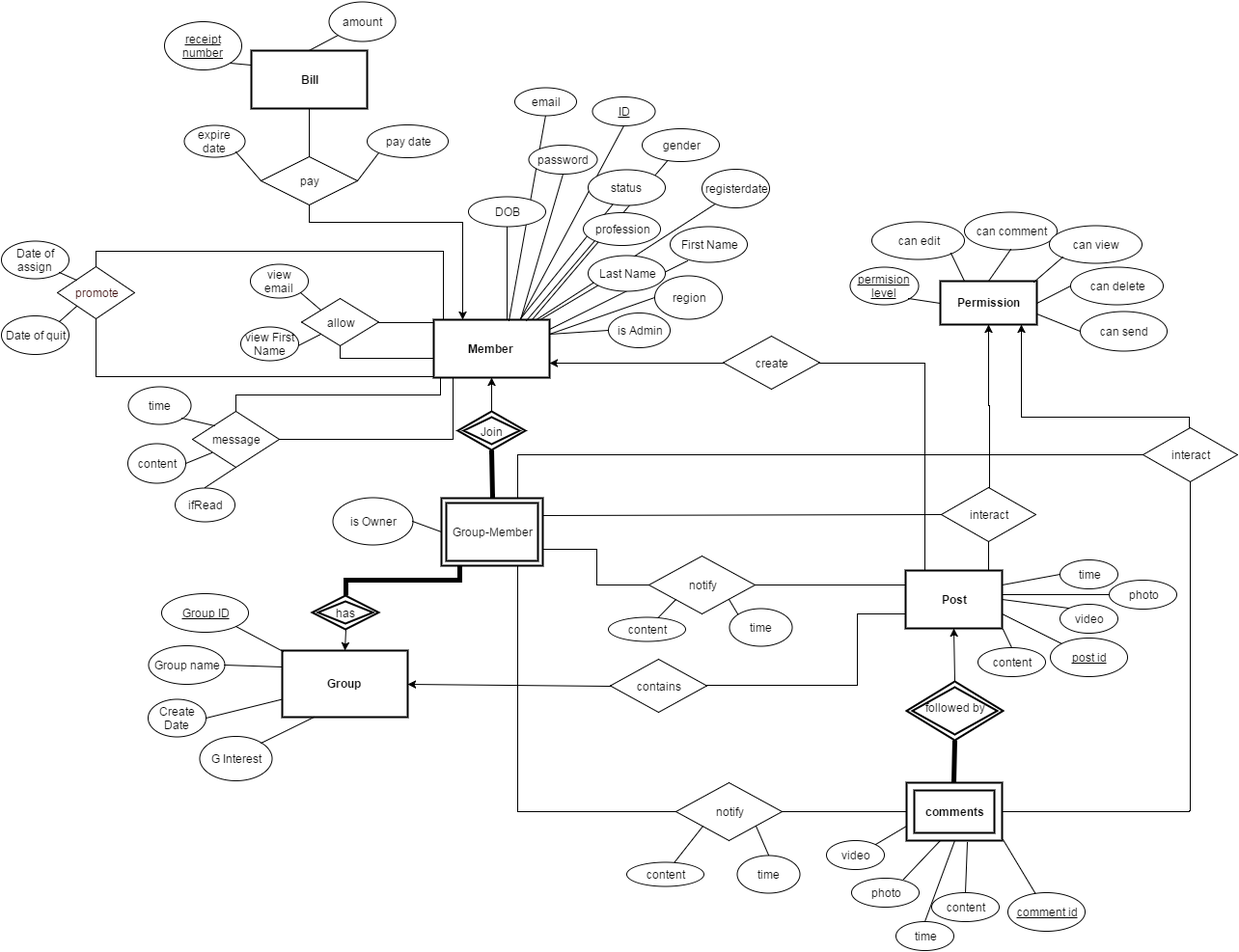
Before: POWON ER Diagram (refined).png, a diagram exported from draw.io (5531DB-Group6/DataBaseDemo1). Source tidied: cells renumbered, new cells last; positions are measured from the earlier drawing's top-left corner, leaving out a move shared by most shapes.
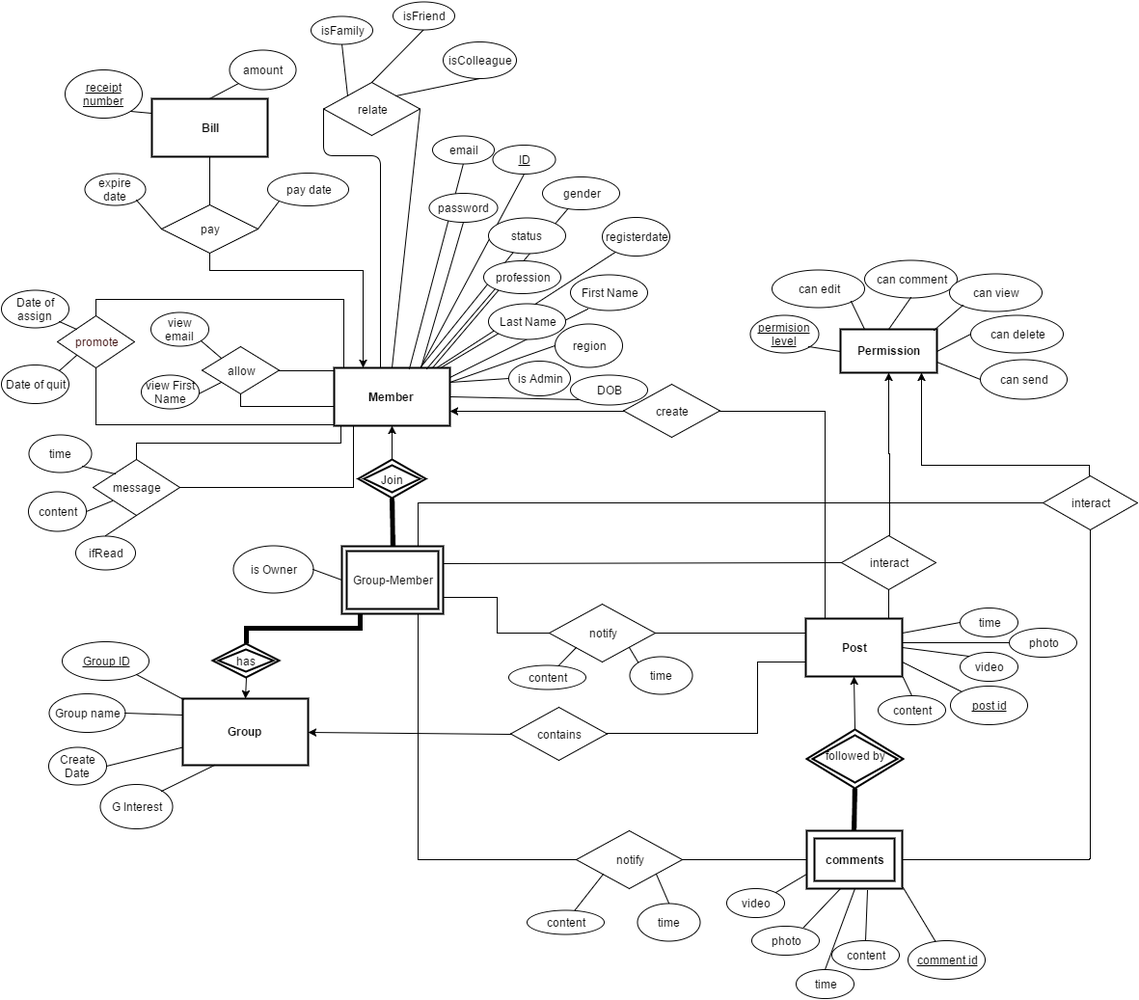
Above is the later version.

Change to the diagram source:
```diff
@@ -8,10 +8,8 @@
     <mxCell id="3" value="Member" style="strokeWidth=2;shape=mxgraph.er.entity;fontColor=#000000;buttonStyle=rect;fillColor=#ffffff;buttonText=;fontStyle=1;html=1;" parent="1" vertex="1">
       <mxGeometry x="448" y="330" width="120" height="60" as="geometry" />
     </mxCell>
-    <mxCell id="4" style="edgeStyle=none;endArrow=none;endFill=0;html=1;entryX=0.5;entryY=1;" parent="1" edge="1" target="50">
-      <mxGeometry x="206.2" y="200" as="geometry">
-        <mxPoint x="524" y="329" as="sourcePoint" />
-      </mxGeometry>
+    <mxCell id="4" style="edgeStyle=none;endArrow=none;endFill=0;html=1;entryX=0;entryY=1;exitX=1;exitY=0.5;" parent="1" edge="1" source="3" target="50">
+      <mxGeometry x="206.2" y="200" as="geometry" />
     </mxCell>
     <mxCell id="5" style="edgeStyle=none;endArrow=none;html=1;endFill=0;entryX=1;entryY=0;" parent="1" edge="1" source="3" target="51">
       <mxGeometry x="211" y="193.4" as="geometry" />
@@ -95,13 +93,13 @@
       <mxGeometry x="-144" y="507" as="geometry" />
     </mxCell>
     <mxCell id="27" value="Date of assign" style="ellipse;whiteSpace=wrap;html=1;" parent="1" vertex="1">
-      <mxGeometry y="248" width="70" height="39" as="geometry" />
+      <mxGeometry x="103" y="249" width="70" height="39" as="geometry" />
     </mxCell>
     <mxCell id="28" value="Date of quit" style="ellipse;whiteSpace=wrap;html=1;" parent="1" vertex="1">
-      <mxGeometry y="326" width="70" height="40" as="geometry" />
+      <mxGeometry x="103" y="327" width="70" height="40" as="geometry" />
     </mxCell>
     <mxCell id="29" style="endArrow=none;html=1;entryX=1;entryY=0;endFill=0;exitX=0;exitY=1;" parent="1" edge="1" source="40" target="28">
-      <mxGeometry x="-191.9" y="43" as="geometry" />
+      <mxGeometry x="-88.9" y="44" as="geometry" />
     </mxCell>
     <mxCell id="30" value="&lt;u&gt;post id&lt;/u&gt;" style="ellipse;whiteSpace=wrap;html=1;" parent="1" vertex="1">
       <mxGeometry x="1087" y="660" width="80" height="40" as="geometry" />
@@ -134,13 +132,13 @@
       <mxGeometry x="879" y="275" width="71" height="39" as="geometry" />
     </mxCell>
     <mxCell id="40" value="&lt;font color=&quot;#330000&quot;&gt;promote&lt;/font&gt;" style="rhombus;whiteSpace=wrap;html=1;" parent="1" vertex="1">
-      <mxGeometry x="58" y="275" width="80" height="54" as="geometry" />
+      <mxGeometry x="161" y="276" width="80" height="54" as="geometry" />
     </mxCell>
     <mxCell id="41" style="endArrow=none;startArrow=none;html=1;exitX=0;exitY=0.5;startFill=0;endFill=0;edgeStyle=orthogonalEdgeStyle;entryX=0.5;entryY=1;rounded=0;" parent="1" edge="1" source="3" target="40">
       <mxGeometry x="-148.9" y="59.7" as="geometry">
         <Array as="points">
           <mxPoint x="448" y="389" />
-          <mxPoint x="98" y="389" />
+          <mxPoint x="201" y="389" />
         </Array>
       </mxGeometry>
     </mxCell>
@@ -148,7 +146,7 @@
       <mxGeometry x="-68.9" y="59" as="geometry">
         <mxPoint x="458" y="329" as="targetPoint" />
         <Array as="points">
-          <mxPoint x="98" y="259" />
+          <mxPoint x="201" y="259" />
           <mxPoint x="458" y="259" />
         </Array>
       </mxGeometry>
@@ -177,7 +175,7 @@
       <mxGeometry x="211.1" y="146.9" as="geometry" />
     </mxCell>
     <mxCell id="50" value="DOB" style="ellipse;whiteSpace=wrap;html=1;" parent="1" vertex="1">
-      <mxGeometry x="484" y="202" width="80" height="31" as="geometry" />
+      <mxGeometry x="693" y="337" width="80" height="31" as="geometry" />
     </mxCell>
     <mxCell id="51" value="&lt;span id=&quot;docs-internal-guid-1a59362f-47a4-41e1-8b88-ae413bb0c661&quot;&gt;&lt;span&gt;registerdate&lt;/span&gt;&lt;/span&gt;" style="ellipse;whiteSpace=wrap;html=1;" parent="1" vertex="1">
       <mxGeometry x="726" y="174" width="70" height="40" as="geometry" />
@@ -227,7 +225,7 @@
       <mxGeometry x="577" y="415" as="geometry" />
     </mxCell>
     <mxCell id="65" style="endArrow=none;html=1;strokeColor=#000000;entryX=0;entryY=0;endFill=0;exitX=1;exitY=1;" parent="1" edge="1" source="27" target="40">
-      <mxGeometry x="-311.9" y="40.1" as="geometry" />
+      <mxGeometry x="-208.9" y="41.1" as="geometry" />
     </mxCell>
     <mxCell id="66" style="edgeStyle=none;endArrow=none;html=1;endFill=0;entryX=0;entryY=0.5;exitX=1;exitY=1;" parent="1" edge="1" source="39" target="58">
       <mxGeometry x="574.9" y="122.7" as="geometry" />
@@ -508,7 +506,7 @@
       </mxGeometry>
     </mxCell>
     <mxCell id="138" value="email" style="ellipse;whiteSpace=wrap;html=1;" parent="1" vertex="1">
-      <mxGeometry x="532" y="89" width="64" height="29" as="geometry" />
+      <mxGeometry x="550" y="89" width="64" height="29" as="geometry" />
     </mxCell>
     <mxCell id="139" value="region" style="ellipse;whiteSpace=wrap;html=1;" parent="1" vertex="1">
       <mxGeometry x="677" y="284" width="70" height="45" as="geometry" />
@@ -531,5 +529,38 @@
     <mxCell id="145" style="endArrow=none;html=1;exitX=0.5;exitY=0;endFill=0;entryX=0.5;entryY=1;" parent="1" edge="1" source="144" target="109">
       <mxGeometry x="-188.9" y="288.3" as="geometry" />
     </mxCell>
+    <mxCell id="146" value="relate" style="rhombus;whiteSpace=wrap;html=1;" parent="1" vertex="1">
+      <mxGeometry x="437" y="34" width="100" height="55" as="geometry" />
+    </mxCell>
+    <mxCell id="147" style="edgeStyle=none;endArrow=none;endFill=0;html=1;entryX=0;entryY=0.5;" parent="1" edge="1" target="146">
+      <mxGeometry x="155.2" y="-1" as="geometry">
+        <mxPoint x="496" y="330" as="sourcePoint" />
+        <Array as="points">
+          <mxPoint x="496" y="110" />
+          <mxPoint x="437" y="110" />
+        </Array>
+      </mxGeometry>
+    </mxCell>
+    <mxCell id="148" style="edgeStyle=none;endArrow=none;endFill=0;html=1;entryX=1;entryY=0.5;exitX=0.5;exitY=0;" parent="1" edge="1" source="3" target="146">
+      <mxGeometry x="214.2" y="13" as="geometry" />
+    </mxCell>
+    <mxCell id="149" style="edgeStyle=none;endArrow=none;html=1;endFill=0;entryX=0.5;entryY=1;exitX=0;exitY=0;" parent="1" edge="1" source="146" target="150">
+      <mxGeometry x="78.1" y="-161.6" as="geometry" />
+    </mxCell>
+    <mxCell id="150" value="isFamily" style="ellipse;whiteSpace=wrap;html=1;" parent="1" vertex="1">
+      <mxGeometry x="424" y="-35" width="64" height="29" as="geometry" />
+    </mxCell>
+    <mxCell id="151" style="edgeStyle=none;endArrow=none;html=1;endFill=0;entryX=0.5;entryY=1;exitX=0.5;exitY=0;" parent="1" edge="1" source="146" target="152">
+      <mxGeometry x="263.1" y="-114.6" as="geometry" />
+    </mxCell>
+    <mxCell id="152" value="isFriend" style="ellipse;whiteSpace=wrap;html=1;" parent="1" vertex="1">
+      <mxGeometry x="509" y="-50" width="64" height="29" as="geometry" />
+    </mxCell>
+    <mxCell id="153" style="edgeStyle=none;endArrow=none;html=1;endFill=0;entryX=0.5;entryY=1;exitX=1;exitY=0;" parent="1" edge="1" source="146" target="154">
+      <mxGeometry x="341.1" y="-96.6" as="geometry" />
+    </mxCell>
+    <mxCell id="154" value="isColleague" style="ellipse;whiteSpace=wrap;html=1;" parent="1" vertex="1">
+      <mxGeometry x="561" y="-8" width="76" height="38" as="geometry" />
+    </mxCell>
   </root>
 </mxGraphModel>
```
